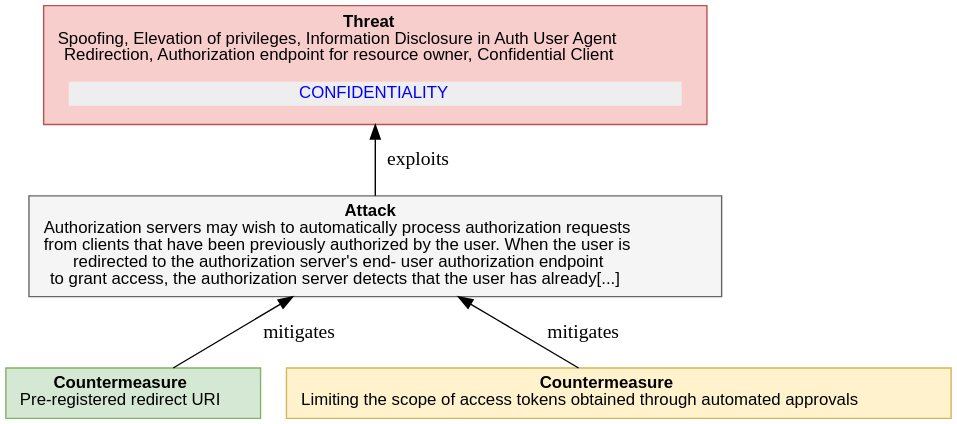
Earlier version of the PlantUML export report-examples/OAuth2/img/threatTree/PUBLIC_CLIENT_SPOOFING1.svg (DavidCervigni/threat-models). Its source is kept beside it as report-examples/OAuth2/img/threatTree/PUBLIC_CLIENT_SPOOFING1.puml. Its diagram source:
```plantuml
@startuml
digraph G {
rankdir="BT";
  node [shape=plaintext, fontname="Arial" fontsize="12"];
    "PUBLIC_CLIENT_SPOOFING1" [ fillcolor="#F8CECC", style=filled, shape=polygon, color="#B85450"
    label=
    <<table border="0" cellborder="0" cellspacing="0">
     <tr><td align="center"><b>Threat</b><br/>

Spoofing, Elevation of privileges, Information Disclosure in Auth User Agent<br/>Redirection, Authorization endpoint for resource owner, Confidential Client
</td></tr>
     <tr><td><table border="0" cellborder="0" cellspacing="8"><tr>
                ret += secObj.linkedImpactMDText()
     <td align="center" href="#OAuth2.CONFIDENTIALITY" bgcolor="#EEEEEE"><font color="blue">CONFIDENTIALITY</font></td>
     </tr></table></td></tr>
   </table>>
   ];

"PUBLIC_CLIENT_SPOOFING1_attack" [ fillcolor="#f5f5f5", style=filled, shape=polygon, color="#666666", label =
    <<table border="0" cellborder="0" cellspacing="0">
     <tr><td align="center"><b>Attack</b><br/>

Authorization servers may wish to automatically process authorization requests<br/>from clients that have been previously authorized by the user. When the user is<br/>redirected to the authorization server&#x27;s end- user authorization endpoint<br/>to grant access, the authorization server detects that the user has already[...]
</td></tr>
   </table>>
    ]

"PUBLIC_CLIENT_SPOOFING1_attack" -> "PUBLIC_CLIENT_SPOOFING1"  [label = " exploits"]

    "PUBLIC_CLIENT_SPOOFING1_countermeasure0" [
       fillcolor="#D5E8D4", style=filled, shape=polygon, color="#82B366", label =
    <<table border="0" cellborder="0" cellspacing="0">
     <tr><td align="left"><b>Countermeasure</b><br/>

Pre-registered redirect URI
</td></tr>
   </table>>
   ]

     "PUBLIC_CLIENT_SPOOFING1_countermeasure0" -> "PUBLIC_CLIENT_SPOOFING1_attack" [label = " mitigates"]

    "PUBLIC_CLIENT_SPOOFING1_countermeasure1" [
       fillcolor="#FFF2CC", style=filled, shape=polygon, color="#D6B656", label =
    <<table border="0" cellborder="0" cellspacing="0">
     <tr><td align="left"><b>Countermeasure</b><br/>

Limiting the scope of access tokens obtained through automated approvals
</td></tr>
   </table>>
   ]

     "PUBLIC_CLIENT_SPOOFING1_countermeasure1" -> "PUBLIC_CLIENT_SPOOFING1_attack" [label = " mitigates"]

}
@enduml
```
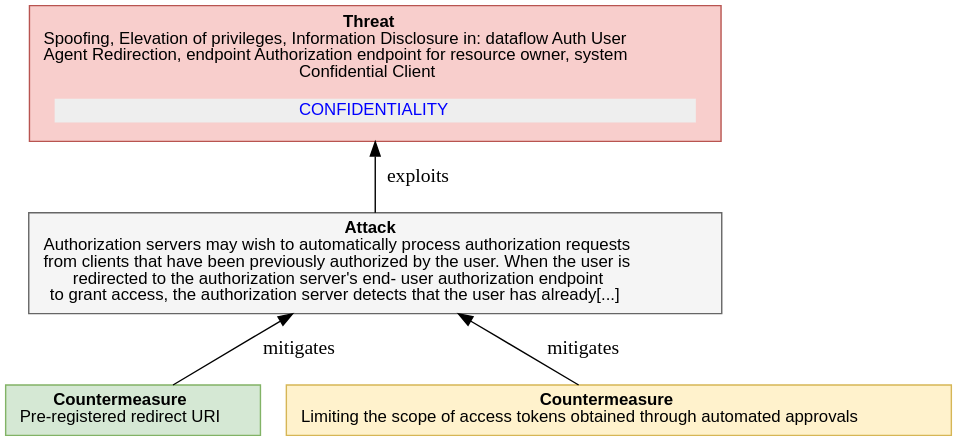
Later version of the same file.

The edit, as a diff of the source:
```diff
@@ -7,7 +7,7 @@
     <<table border="0" cellborder="0" cellspacing="0">
      <tr><td align="center"><b>Threat</b><br/>
 
-Spoofing, Elevation of privileges, Information Disclosure in Auth User Agent<br/>Redirection, Authorization endpoint for resource owner, Confidential Client
+Spoofing, Elevation of privileges, Information Disclosure in: dataflow Auth User<br/>Agent Redirection, endpoint Authorization endpoint for resource owner, system<br/>Confidential Client
 </td></tr>
      <tr><td><table border="0" cellborder="0" cellspacing="8"><tr>
                 ret += secObj.linkedImpactMDText()
```
